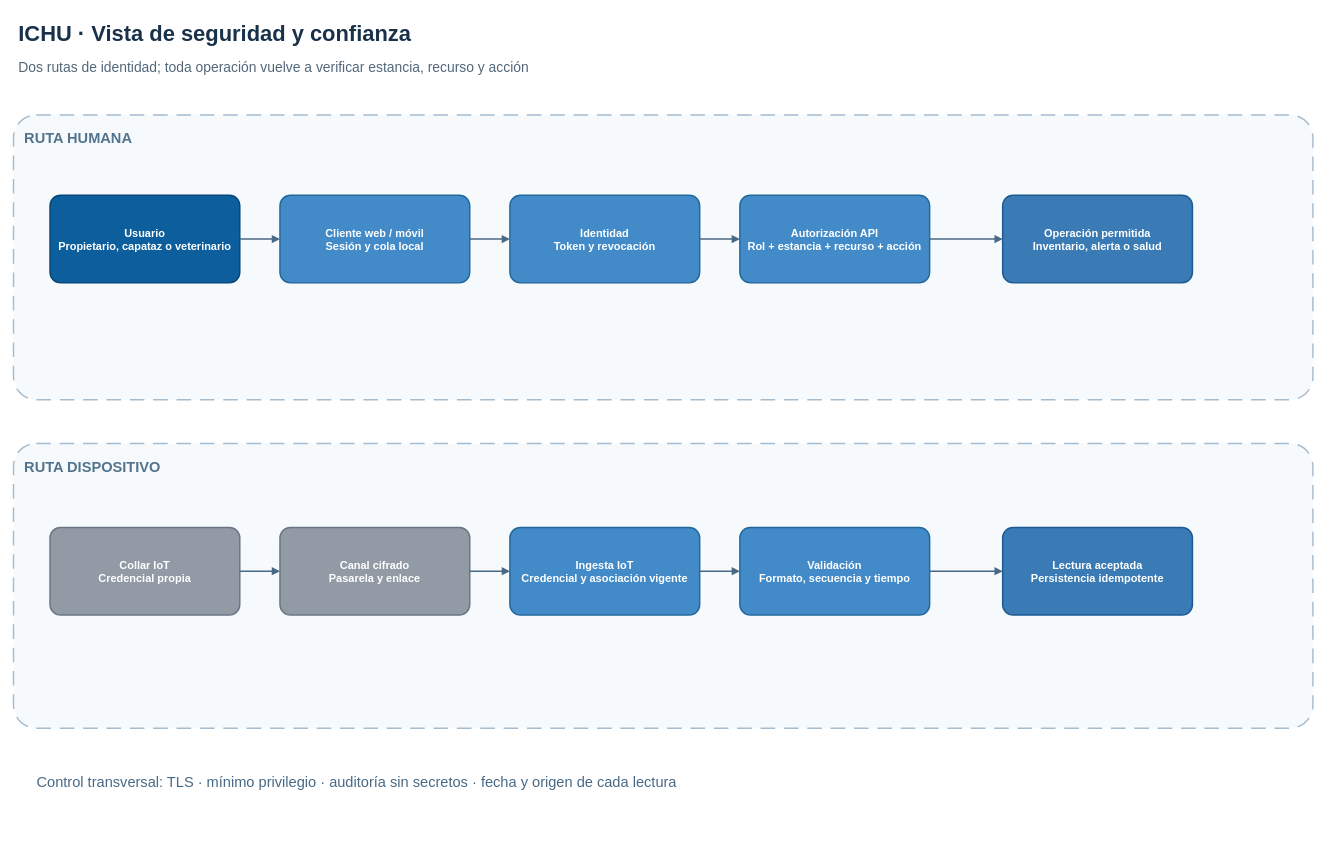
Before: images/CHAPTER04/security-view-vp.drawio in Projecto-Fundamentos/Report2, a draw.io diagram. Source tidied: cells renumbered, new cells numbered last; positions are measured from the earlier drawing's top-left corner, leaving out a move shared by most shapes. Both pictures are drawn from the tidied source at 73%, with x=0, y=0 at pixel (13, 12).
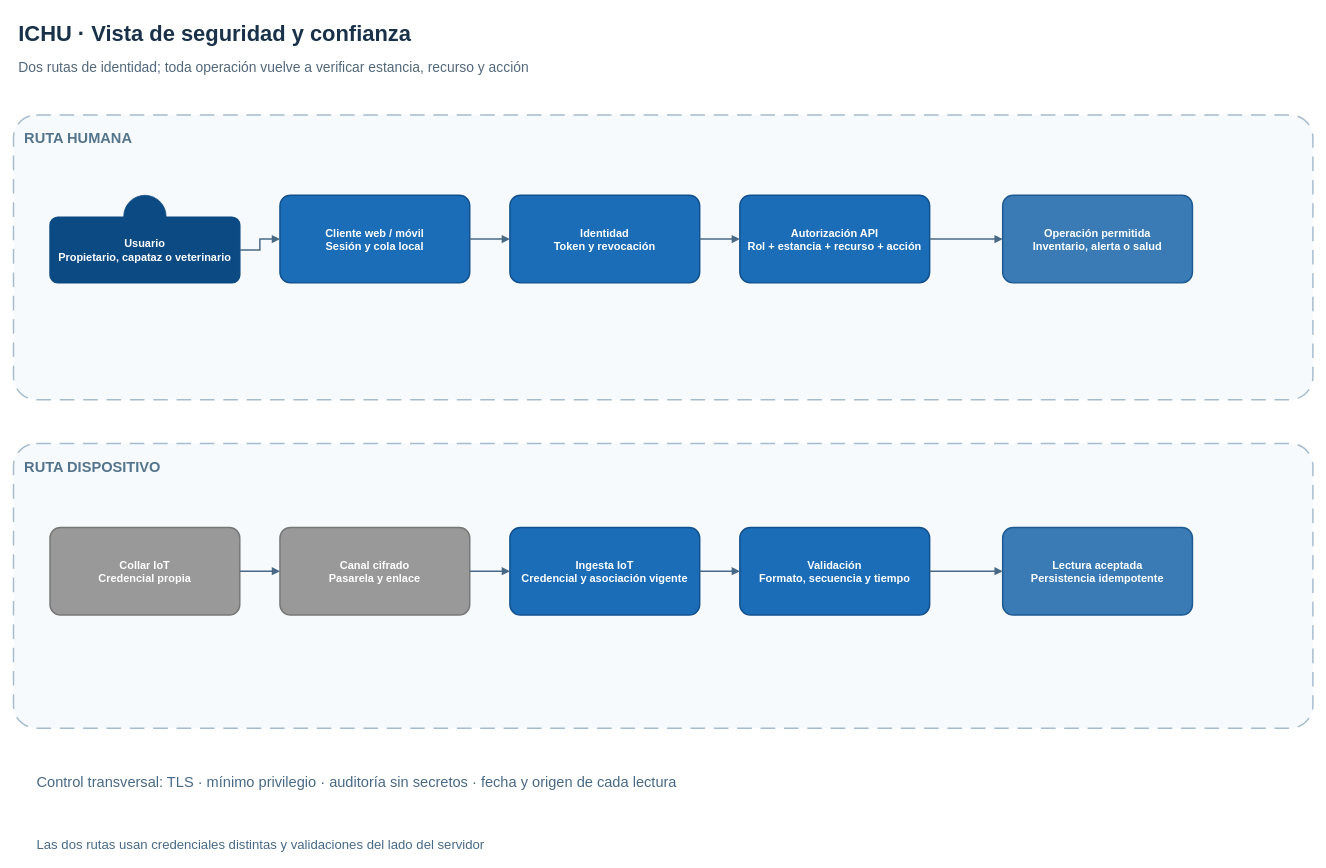
After the change.

Diff of the diagram source:
```diff
@@
-    <mxCell id="6" value="Usuario&#10;Propietario, capataz o veterinario" style="rounded=1;arcSize=12;whiteSpace=wrap;html=1;fillColor=#0C5E9C;strokeColor=#084777;strokeWidth=2;fontColor=#FFFFFF;fontSize=15;fontStyle=1;align=center;verticalAlign=middle;spacing=10;" parent="1" vertex="1">
-      <mxGeometry x="50" y="250" width="260" height="120" as="geometry" />
+    <mxCell id="6" style="ellipse;whiteSpace=wrap;html=1;fillColor=#0C4A83;strokeColor=#0C4A83;strokeWidth=1;" parent="1" vertex="1">
+      <mxGeometry x="151" y="250" width="58" height="58" as="geometry" />
     </mxCell>
-    <mxCell id="7" value="Cliente web / móvil&#10;Sesión y cola local" style="rounded=1;arcSize=12;whiteSpace=wrap;html=1;fillColor=#438BC8;strokeColor=#23689C;strokeWidth=2;fontColor=#FFFFFF;fontSize=15;fontStyle=1;align=center;verticalAlign=middle;spacing=10;" parent="1" vertex="1">
-      <mxGeometry x="365" y="250" width="260" height="120" as="geometry" />
+    <mxCell id="7" value="Usuario&#10;Propietario, capataz o veterinario" style="rounded=1;arcSize=12;whiteSpace=wrap;html=1;fillColor=#0C4A83;strokeColor=#0C4A83;strokeWidth=2;fontColor=#FFFFFF;fontSize=15;fontStyle=1;align=center;verticalAlign=middle;spacing=10;" parent="1" vertex="1">
+      <mxGeometry x="50" y="280" width="260" height="90" as="geometry" />
     </mxCell>
-    <mxCell id="8" value="Identidad&#10;Token y revocación" style="rounded=1;arcSize=12;whiteSpace=wrap;html=1;fillColor=#438BC8;strokeColor=#23689C;strokeWidth=2;fontColor=#FFFFFF;fontSize=15;fontStyle=1;align=center;verticalAlign=middle;spacing=10;" parent="1" vertex="1">
-      <mxGeometry x="680" y="250" width="260" height="120" as="geometry" />
+    <mxCell id="8" value="Cliente web / móvil&#10;Sesión y cola local" style="rounded=1;arcSize=12;whiteSpace=wrap;html=1;fillColor=#1B6DB8;strokeColor=#11508D;strokeWidth=2;fontColor=#FFFFFF;fontSize=15;fontStyle=1;align=center;verticalAlign=middle;spacing=10;" parent="1" vertex="1">
+      <mxGeometry x="365" y="250" width="260" height="120" as="geometry" />
     </mxCell>
-    <mxCell id="9" value="Autorización API&#10;Rol + estancia + recurso + acción" style="rounded=1;arcSize=12;whiteSpace=wrap;html=1;fillColor=#438BC8;strokeColor=#23689C;strokeWidth=2;fontColor=#FFFFFF;fontSize=15;fontStyle=1;align=center;verticalAlign=middle;spacing=10;" parent="1" vertex="1">
-      <mxGeometry x="995" y="250" width="260" height="120" as="geometry" />
+    <mxCell id="9" value="Identidad&#10;Token y revocación" style="rounded=1;arcSize=12;whiteSpace=wrap;html=1;fillColor=#1B6DB8;strokeColor=#11508D;strokeWidth=2;fontColor=#FFFFFF;fontSize=15;fontStyle=1;align=center;verticalAlign=middle;spacing=10;" parent="1" vertex="1">
+      <mxGeometry x="680" y="250" width="260" height="120" as="geometry" />
     </mxCell>
-    <mxCell id="10" value="Operación permitida&#10;Inventario, alerta o salud" style="rounded=1;arcSize=12;whiteSpace=wrap;html=1;fillColor=#3A7BB5;strokeColor=#1D5A92;strokeWidth=2;fontColor=#FFFFFF;fontSize=15;fontStyle=1;align=center;verticalAlign=middle;spacing=10;" parent="1" vertex="1">
-      <mxGeometry x="1355" y="250" width="260" height="120" as="geometry" />
+    <mxCell id="10" value="Autorización API&#10;Rol + estancia + recurso + acción" style="rounded=1;arcSize=12;whiteSpace=wrap;html=1;fillColor=#1B6DB8;strokeColor=#11508D;strokeWidth=2;fontColor=#FFFFFF;fontSize=15;fontStyle=1;align=center;verticalAlign=middle;spacing=10;" parent="1" vertex="1">
+      <mxGeometry x="995" y="250" width="260" height="120" as="geometry" />
     </mxCell>
-    <mxCell id="11" value="Collar IoT&#10;Credencial propia" style="rounded=1;arcSize=12;whiteSpace=wrap;html=1;fillColor=#929BA5;strokeColor=#687684;strokeWidth=2;fontColor=#FFFFFF;fontSize=15;fontStyle=1;align=center;verticalAlign=middle;spacing=10;" parent="1" vertex="1">
-      <mxGeometry x="50" y="705" width="260" height="120" as="geometry" />
+    <mxCell id="11" value="Operación permitida&#10;Inventario, alerta o salud" style="rounded=1;arcSize=12;whiteSpace=wrap;html=1;fillColor=#3A7BB5;strokeColor=#1D5A92;strokeWidth=2;fontColor=#FFFFFF;fontSize=15;fontStyle=1;align=center;verticalAlign=middle;spacing=10;" parent="1" vertex="1">
+      <mxGeometry x="1355" y="250" width="260" height="120" as="geometry" />
     </mxCell>
-    <mxCell id="12" value="Canal cifrado&#10;Pasarela y enlace" style="rounded=1;arcSize=12;whiteSpace=wrap;html=1;fillColor=#929BA5;strokeColor=#687684;strokeWidth=2;fontColor=#FFFFFF;fontSize=15;fontStyle=1;align=center;verticalAlign=middle;spacing=10;" parent="1" vertex="1">
-      <mxGeometry x="365" y="705" width="260" height="120" as="geometry" />
+    <mxCell id="12" value="Collar IoT&#10;Credencial propia" style="rounded=1;arcSize=12;whiteSpace=wrap;html=1;fillColor=#999999;strokeColor=#777777;strokeWidth=2;fontColor=#FFFFFF;fontSize=15;fontStyle=1;align=center;verticalAlign=middle;spacing=10;" parent="1" vertex="1">
+      <mxGeometry x="50" y="705" width="260" height="120" as="geometry" />
     </mxCell>
-    <mxCell id="13" value="Ingesta IoT&#10;Credencial y asociación vigente" style="rounded=1;arcSize=12;whiteSpace=wrap;html=1;fillColor=#438BC8;strokeColor=#23689C;strokeWidth=2;fontColor=#FFFFFF;fontSize=15;fontStyle=1;align=center;verticalAlign=middle;spacing=10;" parent="1" vertex="1">
-      <mxGeometry x="680" y="705" width="260" height="120" as="geometry" />
+    <mxCell id="13" value="Canal cifrado&#10;Pasarela y enlace" style="rounded=1;arcSize=12;whiteSpace=wrap;html=1;fillColor=#999999;strokeColor=#777777;strokeWidth=2;fontColor=#FFFFFF;fontSize=15;fontStyle=1;align=center;verticalAlign=middle;spacing=10;" parent="1" vertex="1">
+      <mxGeometry x="365" y="705" width="260" height="120" as="geometry" />
     </mxCell>
-    <mxCell id="14" value="Validación&#10;Formato, secuencia y tiempo" style="rounded=1;arcSize=12;whiteSpace=wrap;html=1;fillColor=#438BC8;strokeColor=#23689C;strokeWidth=2;fontColor=#FFFFFF;fontSize=15;fontStyle=1;align=center;verticalAlign=middle;spacing=10;" parent="1" vertex="1">
-      <mxGeometry x="995" y="705" width="260" height="120" as="geometry" />
+    <mxCell id="14" value="Ingesta IoT&#10;Credencial y asociación vigente" style="rounded=1;arcSize=12;whiteSpace=wrap;html=1;fillColor=#1B6DB8;strokeColor=#11508D;strokeWidth=2;fontColor=#FFFFFF;fontSize=15;fontStyle=1;align=center;verticalAlign=middle;spacing=10;" parent="1" vertex="1">
+      <mxGeometry x="680" y="705" width="260" height="120" as="geometry" />
     </mxCell>
-    <mxCell id="15" value="Lectura aceptada&#10;Persistencia idempotente" style="rounded=1;arcSize=12;whiteSpace=wrap;html=1;fillColor=#3A7BB5;strokeColor=#1D5A92;strokeWidth=2;fontColor=#FFFFFF;fontSize=15;fontStyle=1;align=center;verticalAlign=middle;spacing=10;" parent="1" vertex="1">
-      <mxGeometry x="1355" y="705" width="260" height="120" as="geometry" />
+    <mxCell id="15" value="Validación&#10;Formato, secuencia y tiempo" style="rounded=1;arcSize=12;whiteSpace=wrap;html=1;fillColor=#1B6DB8;strokeColor=#11508D;strokeWidth=2;fontColor=#FFFFFF;fontSize=15;fontStyle=1;align=center;verticalAlign=middle;spacing=10;" parent="1" vertex="1">
+      <mxGeometry x="995" y="705" width="260" height="120" as="geometry" />
     </mxCell>
-    <mxCell id="16" style="edgeStyle=orthogonalEdgeStyle;rounded=0;jettySize=auto;html=1;strokeColor=#486985;strokeWidth=2;endArrow=block;endFill=1;fontColor=#24435E;fontSize=15;labelBackgroundColor=#FFFFFF;" parent="1" edge="1" source="6" target="7">
-      <mxGeometry relative="1" as="geometry" />
+    <mxCell id="16" value="Lectura aceptada&#10;Persistencia idempotente" style="rounded=1;arcSize=12;whiteSpace=wrap;html=1;fillColor=#3A7BB5;strokeColor=#1D5A92;strokeWidth=2;fontColor=#FFFFFF;fontSize=15;fontStyle=1;align=center;verticalAlign=middle;spacing=10;" parent="1" vertex="1">
+      <mxGeometry x="1355" y="705" width="260" height="120" as="geometry" />
     </mxCell>
@@
-    <mxCell id="20" style="edgeStyle=orthogonalEdgeStyle;rounded=0;jettySize=auto;html=1;strokeColor=#486985;strokeWidth=2;endArrow=block;endFill=1;fontColor=#24435E;fontSize=15;labelBackgroundColor=#FFFFFF;" parent="1" edge="1" source="11" target="12">
+    <mxCell id="20" style="edgeStyle=orthogonalEdgeStyle;rounded=0;jettySize=auto;html=1;strokeColor=#486985;strokeWidth=2;endArrow=block;endFill=1;fontColor=#24435E;fontSize=15;labelBackgroundColor=#FFFFFF;" parent="1" edge="1" source="10" target="11">
       <mxGeometry relative="1" as="geometry" />
     </mxCell>
@@
-    <mxCell id="24" value="Control transversal: TLS · mínimo privilegio · auditoría sin secretos · fecha y origen de cada lectura" style="text;html=1;whiteSpace=wrap;strokeColor=none;fillColor=none;fontColor=#486985;fontSize=20;fontStyle=0;align=left;verticalAlign=middle;" parent="1" vertex="1">
-      <mxGeometry x="30" y="1030" width="1700" height="45" as="geometry" />
+    <mxCell id="24" style="edgeStyle=orthogonalEdgeStyle;rounded=0;jettySize=auto;html=1;strokeColor=#486985;strokeWidth=2;endArrow=block;endFill=1;fontColor=#24435E;fontSize=15;labelBackgroundColor=#FFFFFF;" parent="1" edge="1" source="15" target="16">
+      <mxGeometry relative="1" as="geometry" />
     </mxCell>
+    <mxCell id="25" value="Control transversal: TLS · mínimo privilegio · auditoría sin secretos · fecha y origen de cada lectura" style="text;html=1;whiteSpace=wrap;strokeColor=none;fillColor=none;fontColor=#486985;fontSize=20;fontStyle=0;align=left;verticalAlign=middle;" parent="1" vertex="1">
+      <mxGeometry x="30" y="1030" width="1700" height="45" as="geometry" />
+    </mxCell>
+    <mxCell id="26" value="Las dos rutas usan credenciales distintas y validaciones del lado del servidor" style="text;html=1;whiteSpace=wrap;strokeColor=none;fillColor=none;fontColor=#486985;fontSize=18;fontStyle=0;align=left;verticalAlign=middle;" parent="1" vertex="1">
+      <mxGeometry x="30" y="1125" width="1700" height="30" as="geometry" />
+    </mxCell>
```
